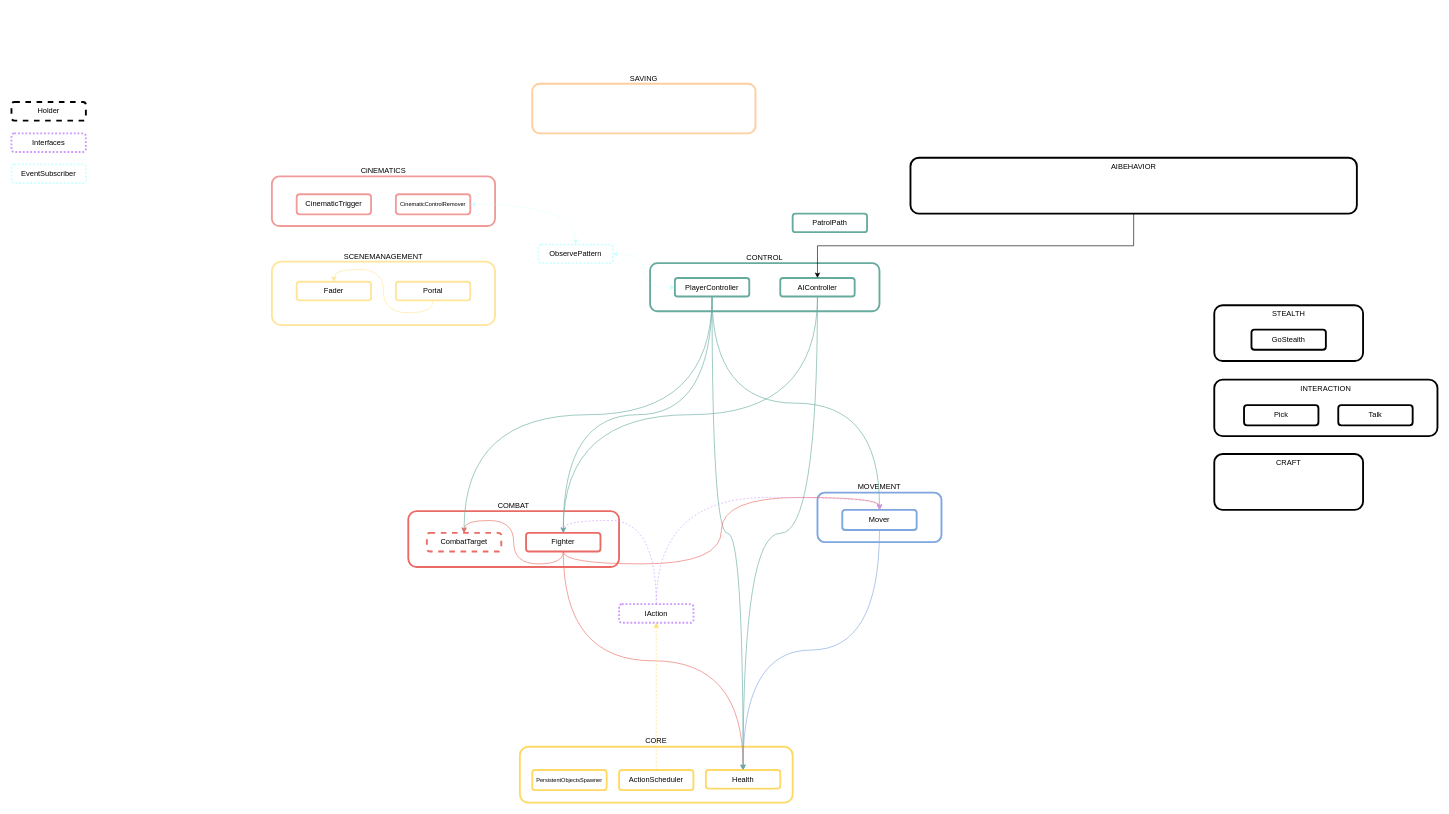
Before: _Docs/Architecture.drawio in rafaelmmedeiros/Mount-Mortem-Mystery, a draw.io diagram. Source tidied: cells renumbered, new cells numbered last; positions are measured from the earlier drawing's top-left corner, leaving out a move shared by most shapes. Both pictures are drawn from the tidied source at 62%, with x=0, y=0 at pixel (11, 84).
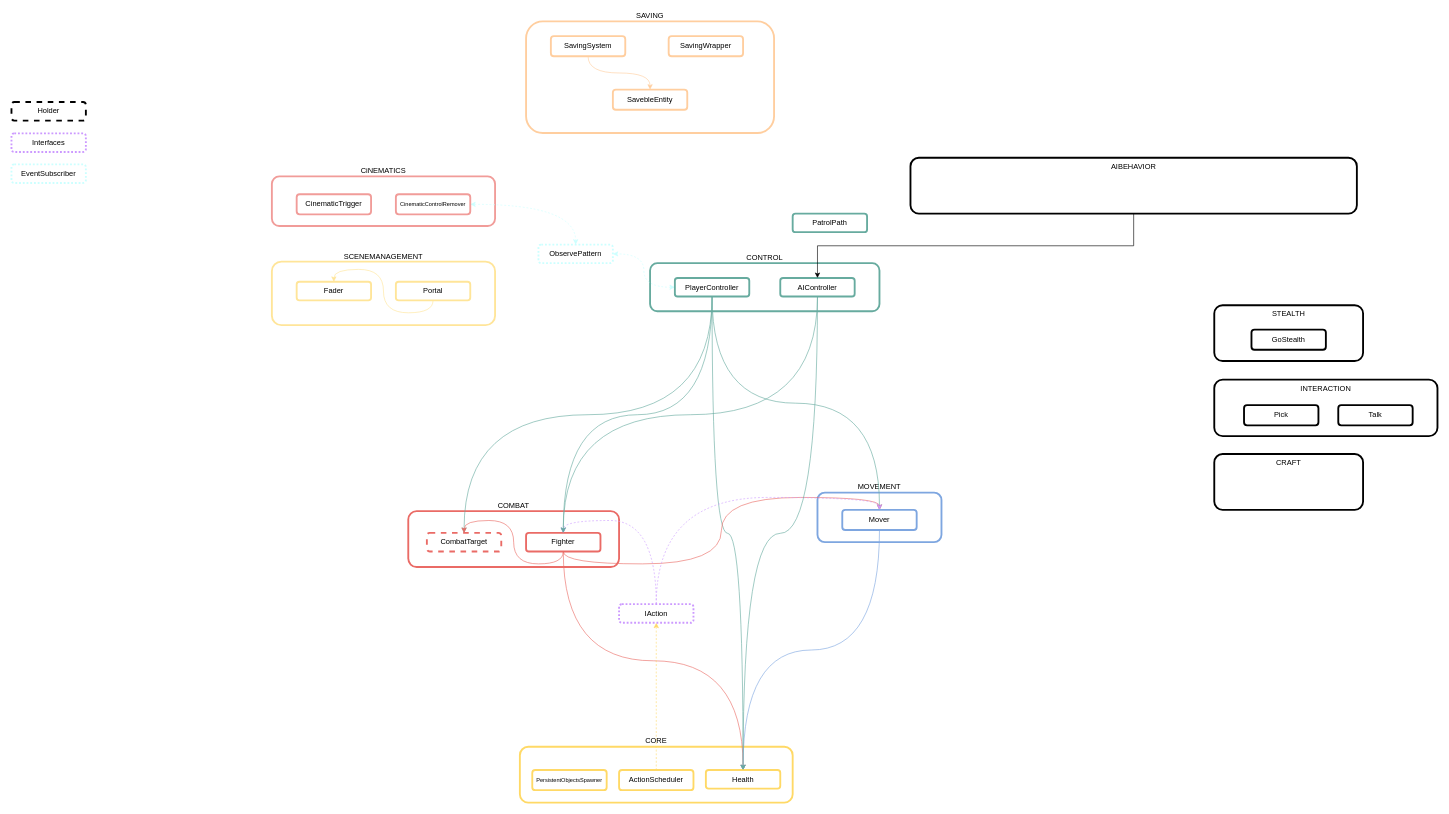
The same page after the edit.

Change to the diagram source:
```diff
@@
     <mxCell id="50" value="SAVING&lt;br&gt;" style="rounded=1;whiteSpace=wrap;html=1;strokeWidth=3;align=center;labelPosition=center;verticalLabelPosition=top;verticalAlign=bottom;strokeColor=#FFCE9F;" parent="1" vertex="1">
-      <mxGeometry x="840" y="-0.4" width="360" height="80" as="geometry" />
+      <mxGeometry x="830" y="-101" width="400" height="180" as="geometry" />
     </mxCell>
+    <mxCell id="51" style="edgeStyle=orthogonalEdgeStyle;rounded=0;jettySize=auto;html=1;exitX=0.5;exitY=1;exitDx=0;exitDy=0;entryX=0.5;entryY=0;entryDx=0;entryDy=0;curved=1;strokeColor=#FFCE9F;" parent="1" edge="1" source="52" target="54">
+      <mxGeometry relative="1" as="geometry" />
+    </mxCell>
+    <mxCell id="52" value="SavingSystem" style="rounded=1;whiteSpace=wrap;html=1;strokeWidth=3;verticalAlign=middle;strokeColor=#FFCE9F;" parent="1" vertex="1">
+      <mxGeometry x="870" y="-77.2" width="120" height="32.5" as="geometry" />
+    </mxCell>
+    <mxCell id="53" value="SavingWrapper" style="rounded=1;whiteSpace=wrap;html=1;strokeWidth=3;verticalAlign=middle;strokeColor=#FFCE9F;" parent="1" vertex="1">
+      <mxGeometry x="1060" y="-77.2" width="120" height="32.5" as="geometry" />
+    </mxCell>
+    <mxCell id="54" value="SavebleEntity" style="rounded=1;whiteSpace=wrap;html=1;strokeWidth=3;verticalAlign=middle;strokeColor=#FFCE9F;" parent="1" vertex="1">
+      <mxGeometry x="970" y="9" width="120" height="32.5" as="geometry" />
+    </mxCell>
```
